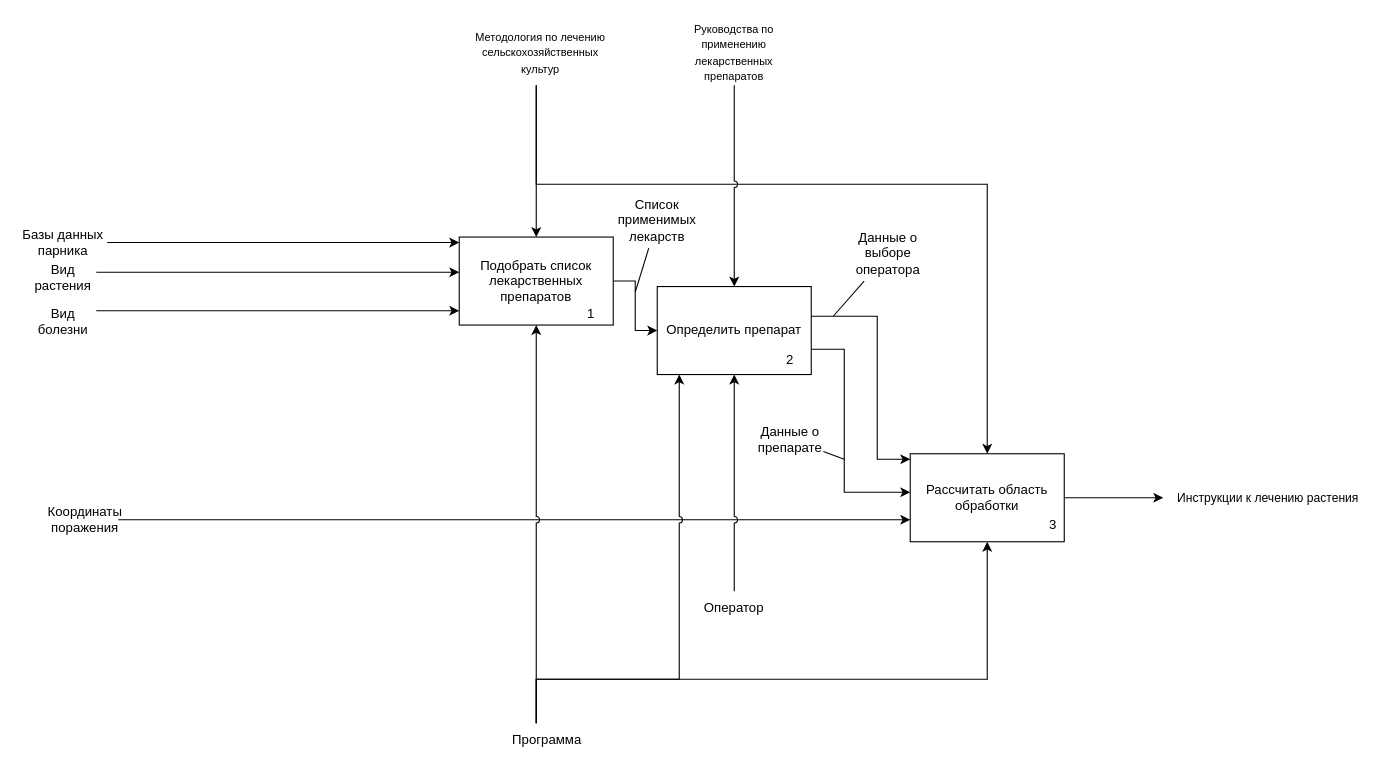
Before: coursework/diagrams/IDEF0_2.drawio in ThomasCharester/KursuchShop, a draw.io diagram. Source tidied: cells renumbered, new cells numbered last; positions are measured from the earlier drawing's top-left corner, leaving out a move shared by most shapes. Both pictures are drawn from the tidied source at 110%, with x=0, y=0 at pixel (19, 19).
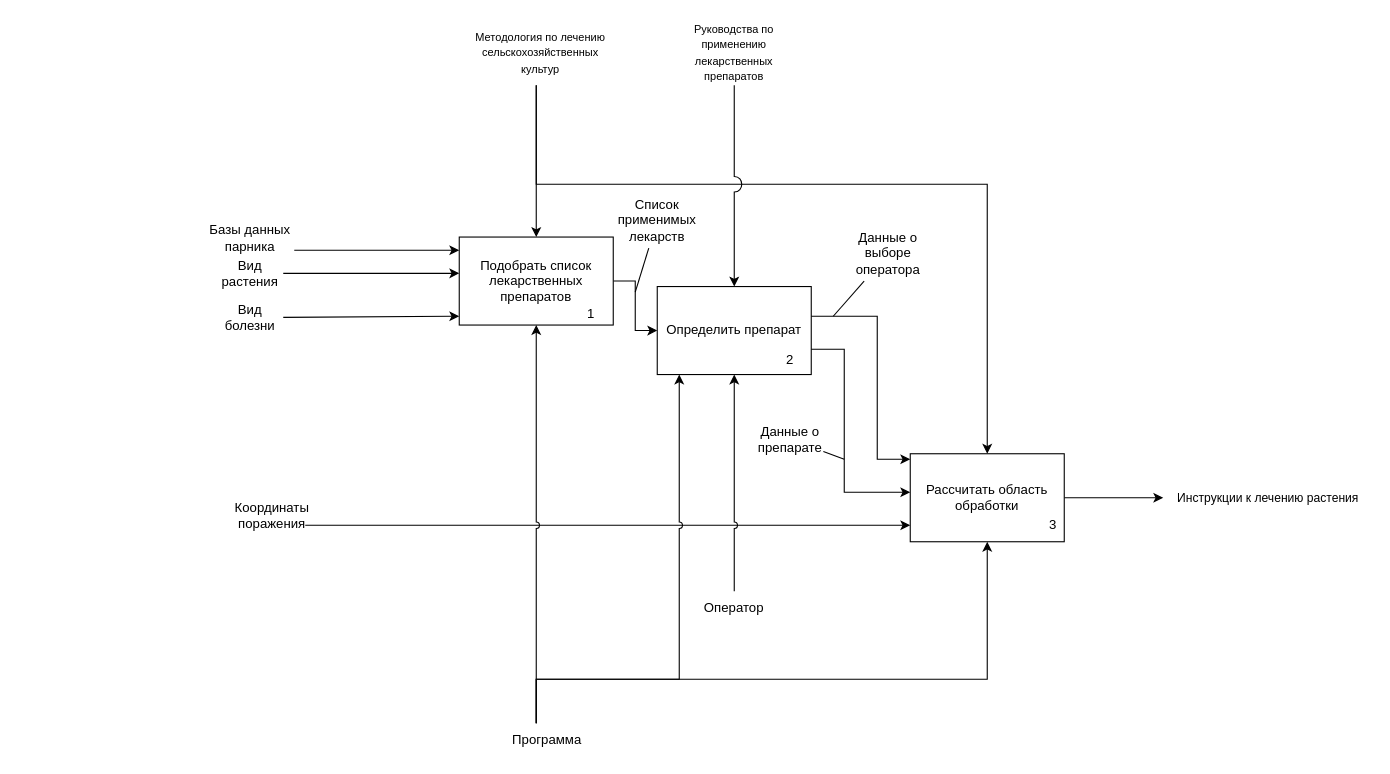
After the change.

The change refers to these unchanged cells:
```xml
<mxCell id="17" value="&lt;font style=&quot;font-size: 10px;&quot;&gt;Руководства по применению лекарственных препаратов&lt;/font&gt;" style="text;html=1;align=center;verticalAlign=middle;whiteSpace=wrap;rounded=0;" parent="1" vertex="1">
  <mxGeometry x="605" width="90" height="60" as="geometry" />
</mxCell>
<mxCell id="21" value="Подобрать список лекарственных препаратов" style="rounded=0;whiteSpace=wrap;html=1;" parent="1" vertex="1">
  <mxGeometry x="400" y="198" width="140" height="80" as="geometry" />
</mxCell>
<mxCell id="27" value="Определить препарат" style="rounded=0;whiteSpace=wrap;html=1;" parent="1" vertex="1">
  <mxGeometry x="580" y="243" width="140" height="80" as="geometry" />
</mxCell>
<mxCell id="37" value="Рассчитать область обработки" style="rounded=0;whiteSpace=wrap;html=1;" parent="1" vertex="1">
  <mxGeometry x="810" y="395" width="140" height="80" as="geometry" />
</mxCell>
```

Change to the diagram source:
```diff
@@
     <mxCell id="4" value="Координаты поражения" style="text;html=1;align=center;verticalAlign=middle;whiteSpace=wrap;rounded=0;" parent="1" vertex="1">
-      <mxGeometry x="30" y="440" width="60" height="30" as="geometry" />
+      <mxGeometry x="200" y="436" width="60" height="30" as="geometry" />
     </mxCell>
     <mxCell id="5" value="Вид болезни" style="text;html=1;align=center;verticalAlign=middle;whiteSpace=wrap;rounded=0;" parent="1" vertex="1">
-      <mxGeometry x="10" y="260" width="60" height="30" as="geometry" />
+      <mxGeometry x="180" y="256" width="60" height="30" as="geometry" />
     </mxCell>
     <mxCell id="6" value="Вид растения" style="text;html=1;align=center;verticalAlign=middle;whiteSpace=wrap;rounded=0;" parent="1" vertex="1">
-      <mxGeometry x="10" y="220" width="60" height="30" as="geometry" />
+      <mxGeometry x="180" y="216" width="60" height="30" as="geometry" />
     </mxCell>
     <mxCell id="7" style="edgeStyle=orthogonalEdgeStyle;rounded=0;jettySize=auto;html=1;jumpStyle=arc;" parent="1" edge="1" source="8" target="21">
       <mxGeometry relative="1" as="geometry">
         <Array as="points">
-          <mxPoint x="40" y="210" />
+          <mxPoint x="350" y="210" />
+          <mxPoint x="350" y="210" />
         </Array>
       </mxGeometry>
     </mxCell>
     <mxCell id="8" value="Базы данных парника" style="text;html=1;align=center;verticalAlign=middle;whiteSpace=wrap;rounded=0;" parent="1" vertex="1">
-      <mxGeometry y="188" width="80" height="30" as="geometry" />
+      <mxGeometry x="170" y="184" width="80" height="30" as="geometry" />
     </mxCell>
@@
     <mxCell id="10" style="edgeStyle=orthogonalEdgeStyle;rounded=0;jettySize=auto;html=1;jumpStyle=arc;" parent="1" edge="1" source="5" target="21">
       <mxGeometry relative="1" as="geometry">
         <Array as="points">
-          <mxPoint x="120" y="265" />
-          <mxPoint x="120" y="265" />
+          <mxPoint x="320" y="271" />
+          <mxPoint x="320" y="270" />
         </Array>
       </mxGeometry>
     </mxCell>
     <mxCell id="11" style="edgeStyle=orthogonalEdgeStyle;rounded=0;jettySize=auto;html=1;" parent="1" edge="1" source="4" target="37">
       <mxGeometry relative="1" as="geometry">
         <Array as="points">
-          <mxPoint x="49" y="460" />
+          <mxPoint x="430" y="460" />
+          <mxPoint x="430" y="460" />
         </Array>
       </mxGeometry>
     </mxCell>
@@
-    <mxCell id="18" style="edgeStyle=orthogonalEdgeStyle;rounded=0;jettySize=auto;html=1;jumpStyle=arc;" parent="1" edge="1" source="17" target="27">
+    <mxCell id="18" style="edgeStyle=orthogonalEdgeStyle;rounded=0;jettySize=auto;html=1;jumpStyle=arc;jumpSize=14;" parent="1" edge="1" source="17" target="27">
       <mxGeometry relative="1" as="geometry" />
     </mxCell>
```
